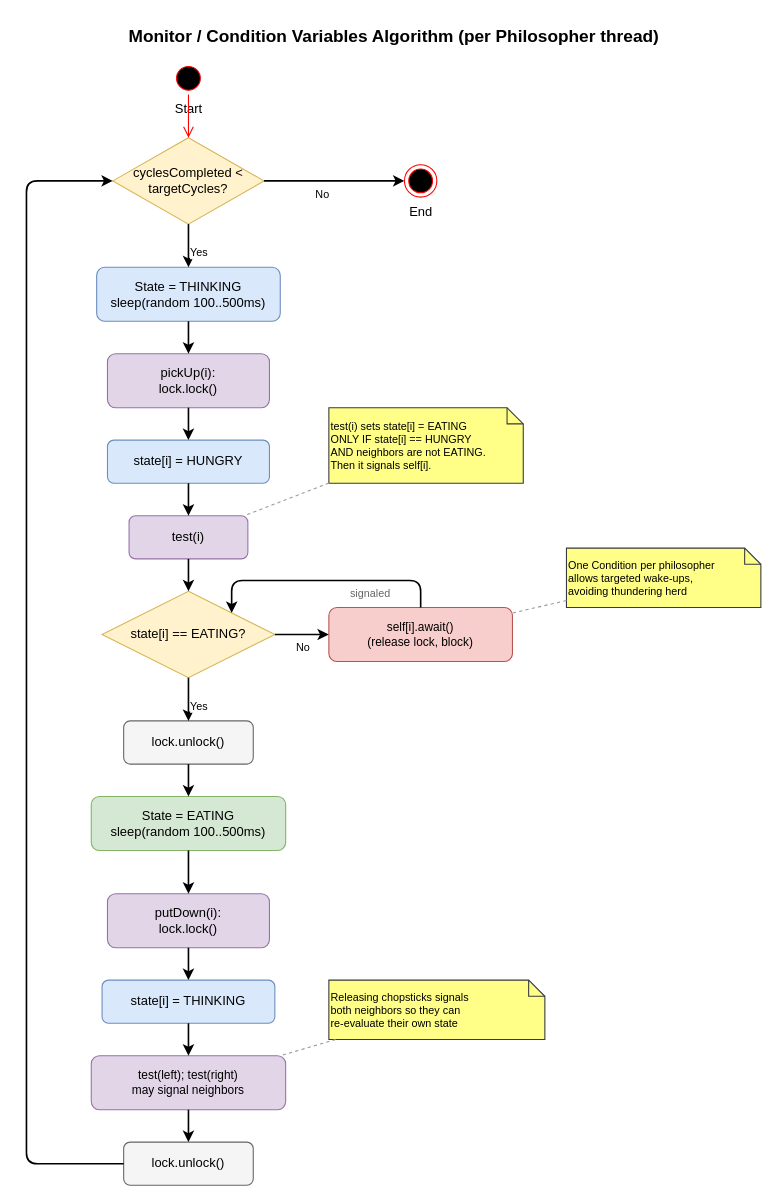
vincemarinelli/cpsc543_dining_philosophers_problem keeps this draw.io diagram as JavaDPP/drawio/activity-monitor.drawio. Above is the earlier version. Source tidied: cells renumbered, new cells numbered last; positions are measured from the earlier drawing's top-left corner, leaving out a move shared by most shapes. Both pictures are drawn from the tidied source at 108%, with x=0, y=0 at pixel (26, 18).
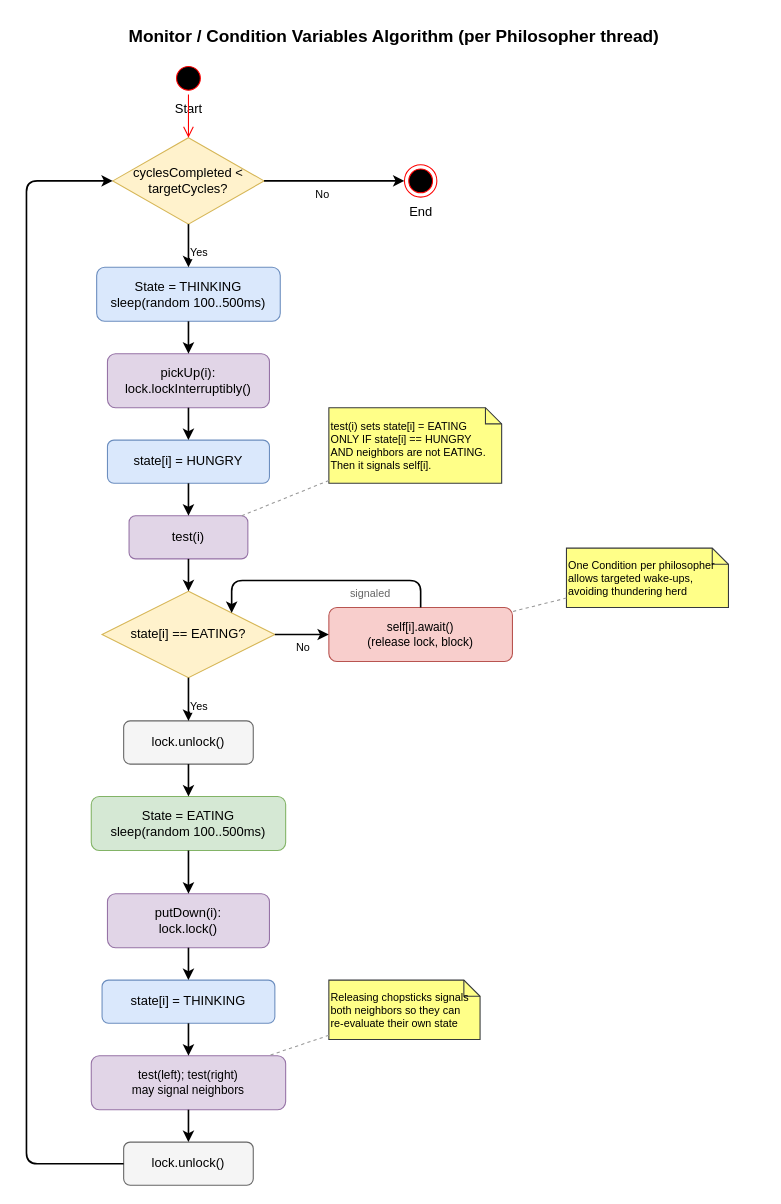
The same page after the edit.

Change to the diagram source:
```diff
@@
-    <mxCell id="5" value="pickUp(i):&lt;br&gt;lock.lock()" style="rounded=1;whiteSpace=wrap;html=1;fillColor=#e1d5e7;strokeColor=#9673a6;fontSize=12;" parent="1" vertex="1">
+    <mxCell id="5" value="pickUp(i):&lt;br&gt;lock.lockInterruptibly()" style="rounded=1;whiteSpace=wrap;html=1;fillColor=#e1d5e7;strokeColor=#9673a6;fontSize=12;" parent="1" vertex="1">
       <mxGeometry x="75" y="310" width="150" height="50" as="geometry" />
     </mxCell>
@@
     <mxCell id="16" value="test(i) sets state[i] = EATING&lt;br&gt;ONLY IF state[i] == HUNGRY&lt;br&gt;AND neighbors are not EATING.&lt;br&gt;Then it signals self[i]." style="shape=note;size=15;fillColor=#ffff88;strokeColor=#36393d;fontSize=10;whiteSpace=wrap;html=1;align=left;" parent="1" vertex="1">
-      <mxGeometry x="280" y="360" width="180" height="70" as="geometry" />
+      <mxGeometry x="280" y="360" width="160" height="70" as="geometry" />
     </mxCell>
     <mxCell id="17" value="One Condition per philosopher&lt;br&gt;allows targeted wake-ups,&lt;br&gt;avoiding thundering herd" style="shape=note;size=15;fillColor=#ffff88;strokeColor=#36393d;fontSize=10;whiteSpace=wrap;html=1;align=left;" parent="1" vertex="1">
-      <mxGeometry x="500" y="490" width="180" height="55" as="geometry" />
+      <mxGeometry x="500" y="490" width="150" height="55" as="geometry" />
     </mxCell>
     <mxCell id="18" value="Releasing chopsticks signals&lt;br&gt;both neighbors so they can&lt;br&gt;re-evaluate their own state" style="shape=note;size=15;fillColor=#ffff88;strokeColor=#36393d;fontSize=10;whiteSpace=wrap;html=1;align=left;" parent="1" vertex="1">
-      <mxGeometry x="280" y="890" width="200" height="55" as="geometry" />
+      <mxGeometry x="280" y="890" width="140" height="55" as="geometry" />
     </mxCell>
```
